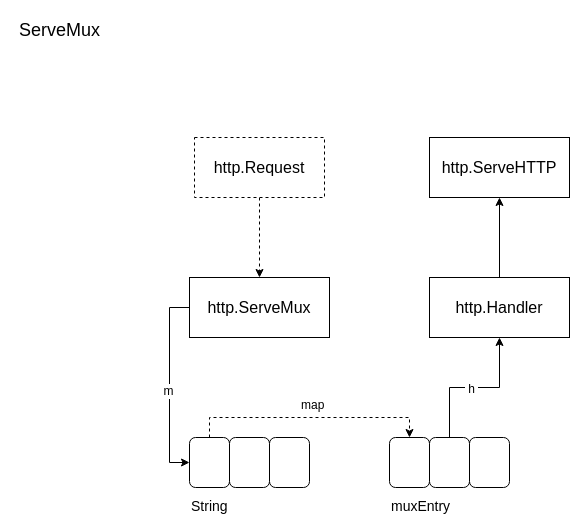
Earlier version of the draw.io diagram page "第 5 页" (5 of 5) of go-net.drawio (oiar/assets). Source tidied: cells renumbered, new cells numbered last; positions are measured from the earlier drawing's top-left corner, leaving out a move shared by most shapes. Both pictures are drawn from the tidied source at 100%, with x=0, y=0 at pixel (17, 17).
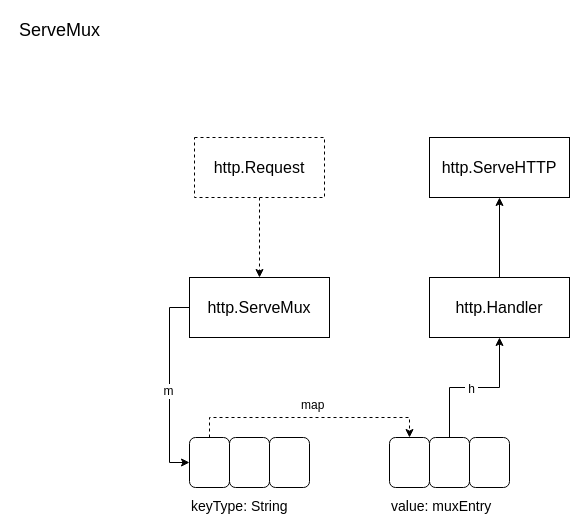
The same page after the edit.

What changed in the source:
```diff
@@
-    <mxCell id="10" value="&lt;font style=&quot;font-size: 14px&quot;&gt;String&lt;/font&gt;" style="text;html=1;align=left;verticalAlign=top;spacingTop=-4;" parent="1" vertex="1">
-      <mxGeometry x="172" y="478" width="50" height="20" as="geometry" />
+    <mxCell id="10" value="&lt;font style=&quot;font-size: 14px&quot;&gt;keyType: String&lt;/font&gt;" style="text;html=1;align=left;verticalAlign=top;spacingTop=-4;" parent="1" vertex="1">
+      <mxGeometry x="172" y="478" width="110" height="20" as="geometry" />
     </mxCell>
@@
-    <mxCell id="16" value="&lt;font style=&quot;font-size: 14px&quot;&gt;muxEntry&lt;/font&gt;" style="text;html=1;align=left;verticalAlign=top;spacingTop=-4;" parent="1" vertex="1">
-      <mxGeometry x="372" y="478" width="70" height="20" as="geometry" />
+    <mxCell id="16" value="&lt;font style=&quot;font-size: 14px&quot;&gt;value: muxEntry&lt;/font&gt;" style="text;html=1;align=left;verticalAlign=top;spacingTop=-4;" parent="1" vertex="1">
+      <mxGeometry x="372" y="478" width="120" height="20" as="geometry" />
     </mxCell>
```
